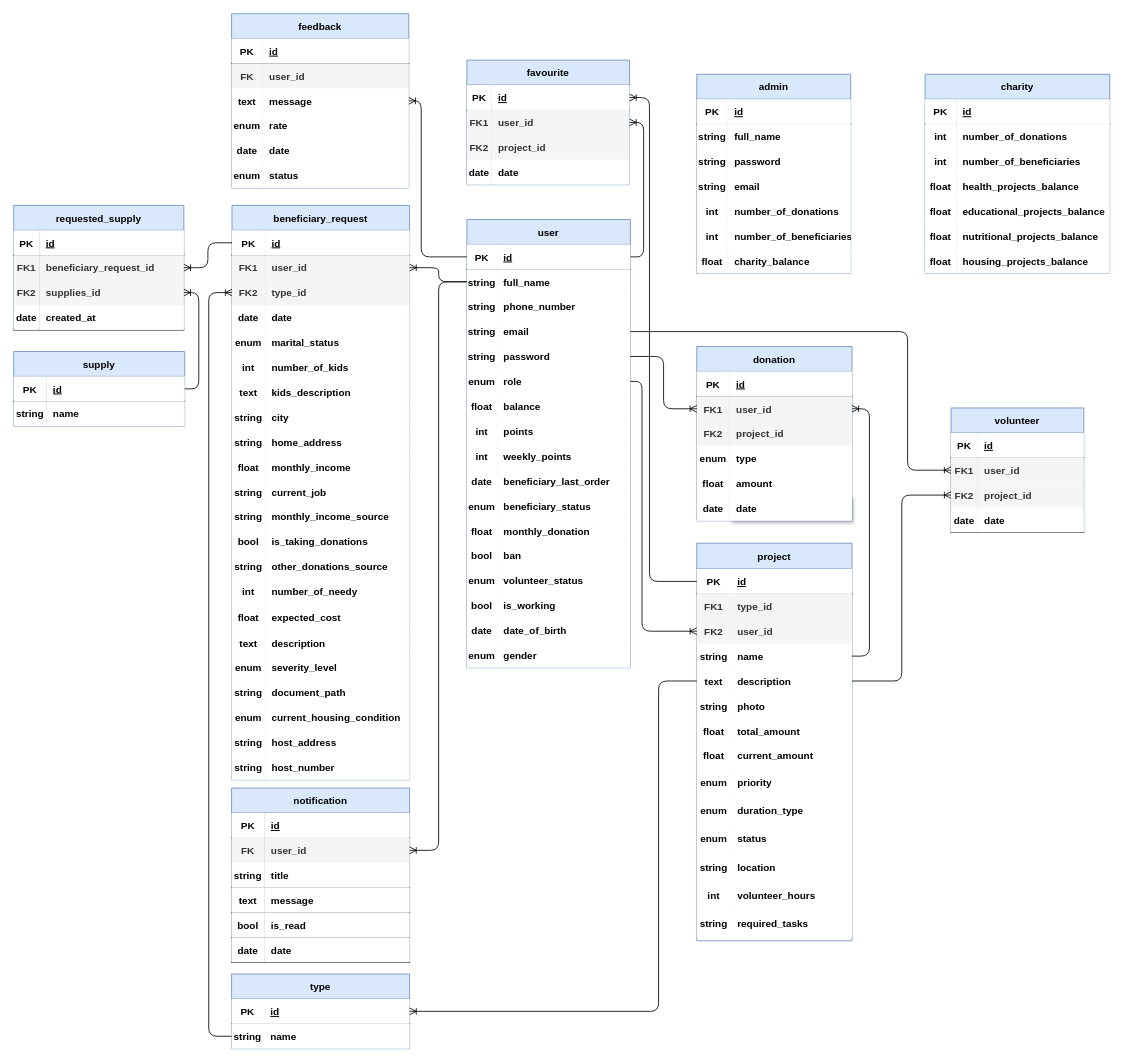
nourHabian/Charity_Project_Backend keeps this draw.io diagram as erd/Charity Project.drawio. Above is the earlier version. Source tidied: cells renumbered, new cells numbered last; positions are measured from the earlier drawing's top-left corner, leaving out a move shared by most shapes. Both pictures are drawn from the tidied source at 83%, with x=0, y=0 at pixel (13, 13).
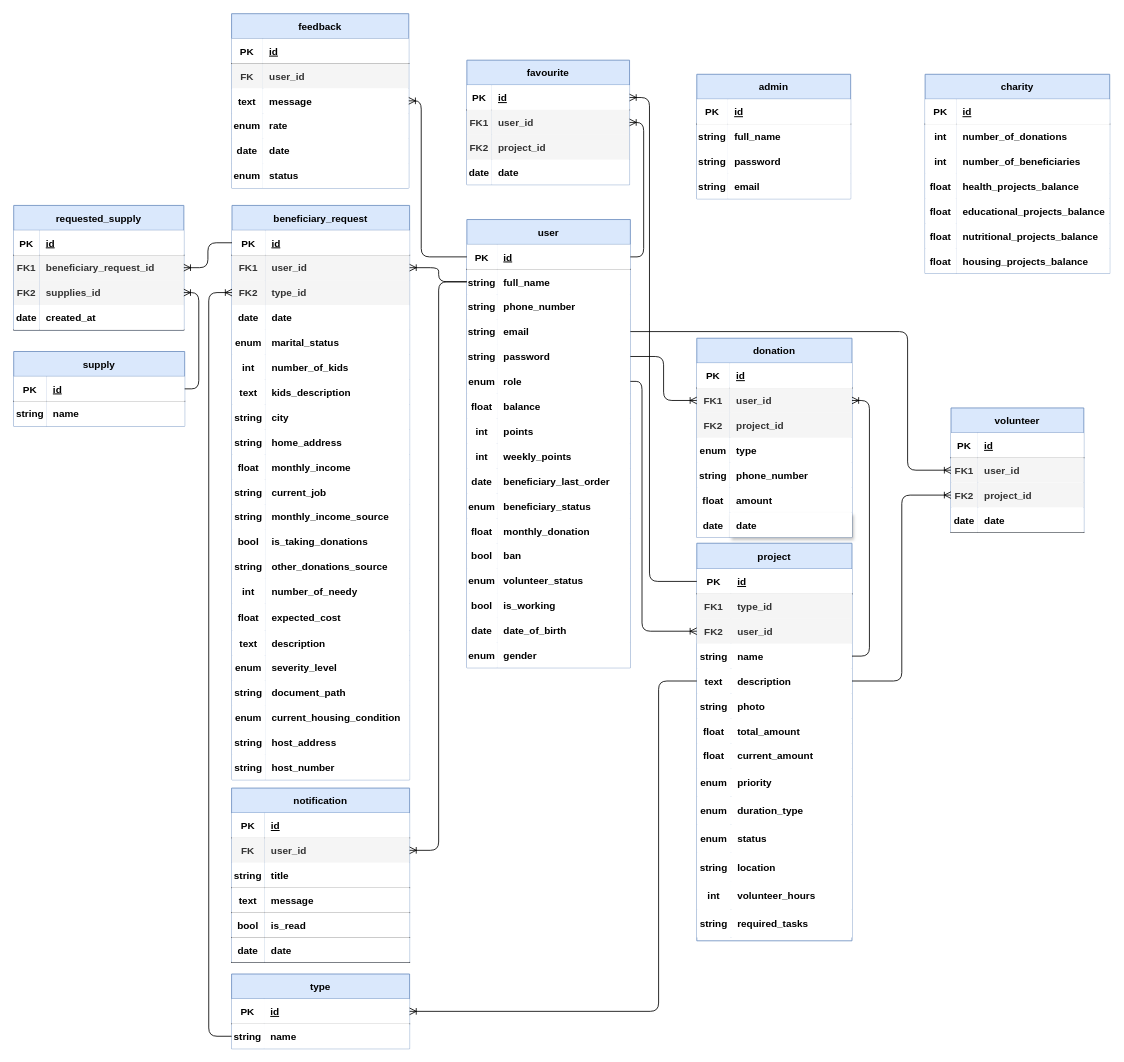
The same diagram, later.

The edit, as a diff of the source:
```diff
@@
     <mxCell id="2" value="admin" style="shape=table;startSize=30;childLayout=tableLayout;rowLines=0;fontStyle=1;align=center;strokeColor=#6c8ebf;fillColor=#dae8fc;" parent="1" vertex="1">
-      <mxGeometry x="823" y="73" width="185.4" height="240" as="geometry" />
+      <mxGeometry x="823" y="73" width="185.4" height="150" as="geometry" />
     </mxCell>
@@
-    <mxCell id="15" style="shape=partialRectangle;fillColor=none;top=0;left=0;bottom=0;right=0;fontStyle=1;" parent="2" vertex="1">
-      <mxGeometry y="150" width="185.4" height="30" as="geometry" />
-    </mxCell>
-    <mxCell id="16" value="int" style="shape=partialRectangle;top=0;left=0;bottom=0;right=0;overflow=hidden;fontStyle=1;" parent="15" vertex="1">
-      <mxGeometry width="37.5" height="30" as="geometry" />
-    </mxCell>
-    <mxCell id="17" value="number_of_donations" style="shape=partialRectangle;top=0;left=0;bottom=0;right=0;align=left;spacingLeft=6;overflow=hidden;fontStyle=1;" parent="15" vertex="1">
-      <mxGeometry x="37.5" width="148" height="30" as="geometry" />
-    </mxCell>
-    <mxCell id="18" style="shape=partialRectangle;fillColor=none;top=0;left=0;bottom=0;right=0;fontStyle=1;" parent="2" vertex="1">
-      <mxGeometry y="180" width="185.4" height="30" as="geometry" />
-    </mxCell>
-    <mxCell id="19" value="int" style="shape=partialRectangle;top=0;left=0;bottom=0;right=0;overflow=hidden;fontStyle=1;" parent="18" vertex="1">
-      <mxGeometry width="37.5" height="30" as="geometry" />
-    </mxCell>
-    <mxCell id="20" value="number_of_beneficiaries" style="shape=partialRectangle;top=0;left=0;bottom=0;right=0;align=left;spacingLeft=6;overflow=hidden;fontStyle=1;" parent="18" vertex="1">
-      <mxGeometry x="37.5" width="148" height="30" as="geometry" />
-    </mxCell>
-    <mxCell id="21" style="shape=partialRectangle;fillColor=none;top=0;left=0;bottom=0;right=0;fontStyle=1;" parent="2" vertex="1">
-      <mxGeometry y="210" width="185.4" height="30" as="geometry" />
-    </mxCell>
-    <mxCell id="22" value="float" style="shape=partialRectangle;top=0;left=0;bottom=0;right=0;overflow=hidden;fontStyle=1;" parent="21" vertex="1">
-      <mxGeometry width="37.5" height="30" as="geometry" />
-    </mxCell>
-    <mxCell id="23" value="charity_balance" style="shape=partialRectangle;top=0;left=0;bottom=0;right=0;align=left;spacingLeft=6;overflow=hidden;fontStyle=1;" parent="21" vertex="1">
-      <mxGeometry x="37.5" width="148" height="30" as="geometry" />
-    </mxCell>
@@
     <mxCell id="127" value="donation" style="shape=table;startSize=30;childLayout=tableLayout;rowLines=0;fontStyle=1;align=center;strokeColor=#6c8ebf;fillColor=#dae8fc;" parent="1" vertex="1">
-      <mxGeometry x="823" y="401" width="187" height="210" as="geometry" />
+      <mxGeometry x="823" y="391" width="187" height="240" as="geometry" />
     </mxCell>
@@
+    <mxCell id="332" style="shape=partialRectangle;fillColor=none;top=0;left=0;bottom=0;right=0;fontStyle=1;" parent="127" vertex="1">
+      <mxGeometry y="150" width="187" height="30" as="geometry" />
+    </mxCell>
+    <mxCell id="333" value="string" style="shape=partialRectangle;top=0;left=0;bottom=0;right=0;overflow=hidden;fontStyle=1;" parent="332" vertex="1">
+      <mxGeometry width="39.8" height="30" as="geometry" />
+    </mxCell>
+    <mxCell id="334" value="phone_number" style="shape=partialRectangle;top=0;left=0;bottom=0;right=0;align=left;spacingLeft=6;overflow=hidden;fontStyle=1;" parent="332" vertex="1">
+      <mxGeometry x="39.8" width="147.2" height="30" as="geometry" />
+    </mxCell>
     <mxCell id="140" style="shape=partialRectangle;fillColor=none;top=0;left=0;bottom=0;right=0;fontStyle=1;" parent="127" vertex="1">
-      <mxGeometry y="150" width="187" height="30" as="geometry" />
+      <mxGeometry y="180" width="187" height="30" as="geometry" />
     </mxCell>
@@
     <mxCell id="143" style="shape=partialRectangle;fillColor=none;top=0;left=0;bottom=0;right=0;fontStyle=1;" parent="127" vertex="1">
-      <mxGeometry y="180" width="187" height="30" as="geometry" />
+      <mxGeometry y="210" width="187" height="30" as="geometry" />
     </mxCell>
```
